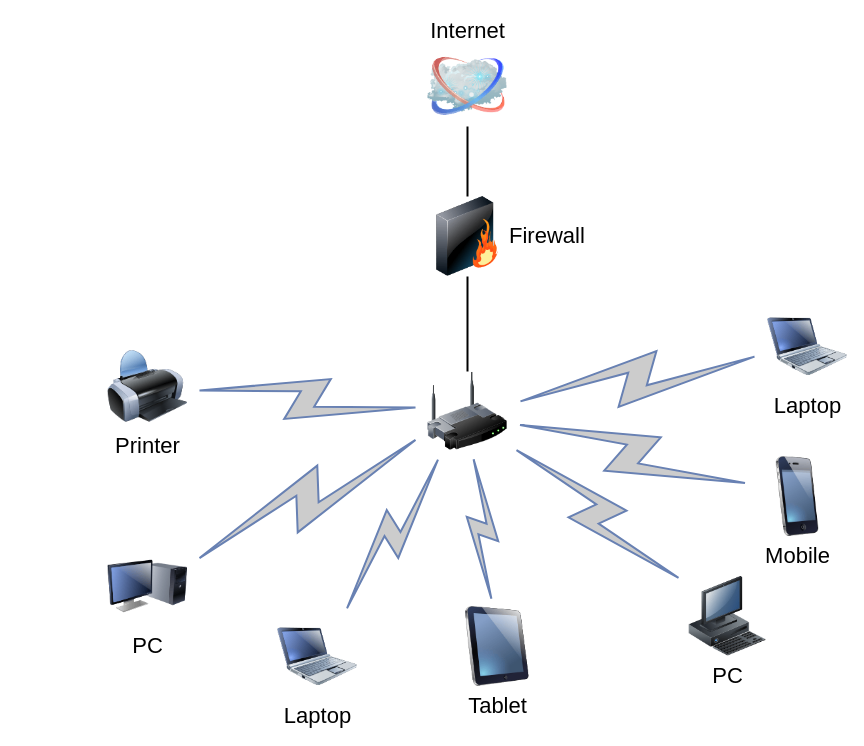
The draw.io diagram Untitled Diagram.drawio in tamir-cqu/diagrams, before the edit. Source tidied: cells renumbered, new cells numbered last; positions are measured from the earlier drawing's top-left corner, leaving out a move shared by most shapes. Both pictures are drawn from the tidied source at 100%, with x=0, y=0 at pixel (107, 46).
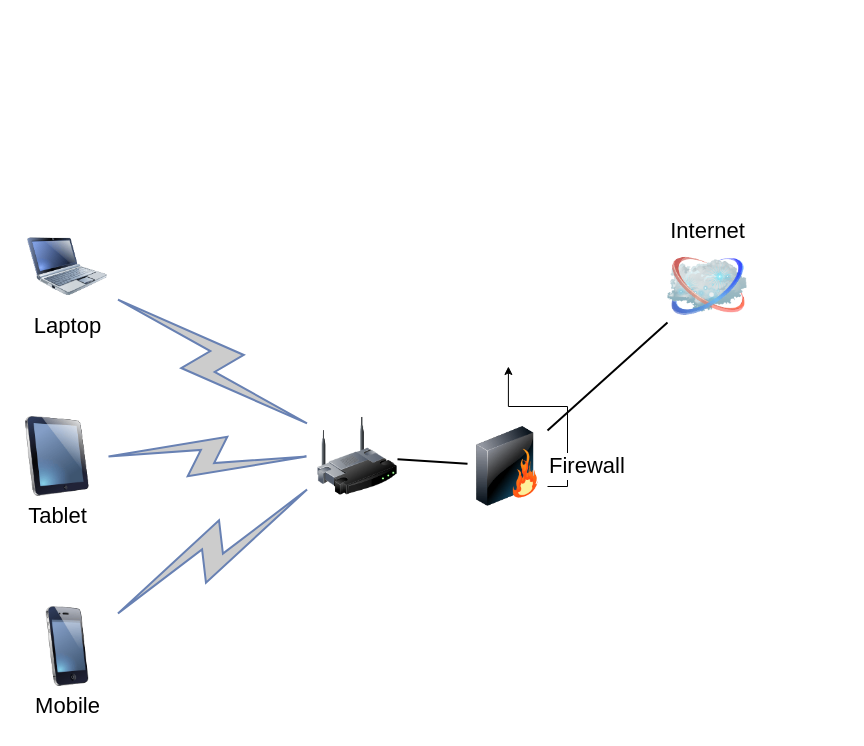
Above is the later version.

The edit, as a diff of the source:
```diff
@@
     <mxCell id="3" style="image;html=1;labelBackgroundColor=#ffffff;image=img/lib/clip_art/networking/Wireless_Router_128x128.png;rounded=1;shadow=0;comic=0;strokeWidth=2;fontSize=22;" parent="1" vertex="1">
-      <mxGeometry x="320" y="325" width="80" height="80" as="geometry" />
+      <mxGeometry x="210" y="370" width="80" height="80" as="geometry" />
     </mxCell>
     <mxCell id="4" value="Internet" style="image;html=1;labelBackgroundColor=#ffffff;image=img/lib/clip_art/networking/Cloud_128x128.png;rounded=1;shadow=0;comic=0;strokeWidth=2;fontSize=22;labelPosition=center;verticalLabelPosition=top;align=center;verticalAlign=bottom;" parent="1" vertex="1">
-      <mxGeometry x="320" width="80" height="80" as="geometry" />
+      <mxGeometry x="560" y="200" width="80" height="80" as="geometry" />
     </mxCell>
@@
+    <mxCell id="21" style="edgeStyle=orthogonalEdgeStyle;rounded=0;jettySize=auto;html=1;exitX=1;exitY=0.75;exitDx=0;exitDy=0;" parent="1" edge="1" source="6">
+      <mxGeometry relative="1" as="geometry">
+        <mxPoint x="400.9" y="320" as="targetPoint" />
+        <Array as="points">
+          <mxPoint x="460" y="440" />
+          <mxPoint x="460" y="360" />
+          <mxPoint x="401" y="360" />
+        </Array>
+      </mxGeometry>
+    </mxCell>
     <mxCell id="6" value="Firewall" style="image;html=1;labelBackgroundColor=#ffffff;image=img/lib/clip_art/networking/Firewall_128x128.png;rounded=1;shadow=0;comic=0;strokeWidth=2;fontSize=22;labelPosition=right;verticalLabelPosition=middle;align=left;verticalAlign=middle;" parent="1" vertex="1">
-      <mxGeometry x="320" y="150" width="80" height="80" as="geometry" />
+      <mxGeometry x="360" y="380" width="80" height="80" as="geometry" />
     </mxCell>
     <mxCell id="7" value="Tablet" style="image;html=1;labelBackgroundColor=#ffffff;image=img/lib/clip_art/computers/iPad_128x128.png;rounded=1;shadow=0;comic=0;strokeWidth=2;fontSize=22;" parent="1" vertex="1">
-      <mxGeometry x="350" y="560" width="80" height="80" as="geometry" />
+      <mxGeometry x="-90" y="370" width="80" height="80" as="geometry" />
     </mxCell>
-    <mxCell id="8" value="PC" style="image;html=1;labelBackgroundColor=#ffffff;image=img/lib/clip_art/computers/Monitor_Tower_128x128.png;rounded=1;shadow=0;comic=0;strokeWidth=2;fontSize=22;" parent="1" vertex="1">
-      <mxGeometry y="500" width="80" height="80" as="geometry" />
-    </mxCell>
-    <mxCell id="9" value="Printer" style="image;html=1;labelBackgroundColor=#ffffff;image=img/lib/clip_art/computers/Printer_128x128.png;rounded=1;shadow=0;comic=0;strokeWidth=2;fontSize=22;" parent="1" vertex="1">
-      <mxGeometry y="300" width="80" height="80" as="geometry" />
-    </mxCell>
-    <mxCell id="10" value="PC" style="image;html=1;labelBackgroundColor=#ffffff;image=img/lib/clip_art/computers/Workstation_128x128.png;rounded=1;shadow=0;comic=0;strokeWidth=2;fontSize=22;" parent="1" vertex="1">
-      <mxGeometry x="580" y="530" width="80" height="80" as="geometry" />
-    </mxCell>
     <mxCell id="11" value="Mobile" style="image;html=1;labelBackgroundColor=#ffffff;image=img/lib/clip_art/telecommunication/iPhone_128x128.png;rounded=1;shadow=0;comic=0;strokeWidth=2;fontSize=22;" parent="1" vertex="1">
-      <mxGeometry x="650" y="410" width="80" height="80" as="geometry" />
+      <mxGeometry x="-80" y="560" width="80" height="80" as="geometry" />
     </mxCell>
-    <mxCell id="12" value="Laptop" style="image;html=1;labelBackgroundColor=#ffffff;image=img/lib/clip_art/computers/Netbook_128x128.png;rounded=1;shadow=0;comic=0;strokeColor=#000000;strokeWidth=2;fillColor=#FFFFFF;fontSize=22;fontColor=#000000;" parent="1" vertex="1">
-      <mxGeometry x="660" y="260" width="80" height="80" as="geometry" />
-    </mxCell>
     <mxCell id="13" value="Laptop" style="image;html=1;labelBackgroundColor=#ffffff;image=img/lib/clip_art/computers/Netbook_128x128.png;rounded=1;shadow=0;comic=0;strokeWidth=2;fontSize=22;" parent="1" vertex="1">
-      <mxGeometry x="170" y="570" width="80" height="80" as="geometry" />
+      <mxGeometry x="-80" y="180" width="80" height="80" as="geometry" />
     </mxCell>
-    <mxCell id="14" style="html=1;fillColor=#CCCCCC;strokeColor=#6881B3;gradientColor=none;gradientDirection=north;strokeWidth=2;shape=mxgraph.networks.comm_link_edge;html=1;labelBackgroundColor=none;endArrow=none;fontFamily=Verdana;fontSize=22;fontColor=#000000;" parent="1" edge="1" source="9" target="3">
-      <mxGeometry relative="1" as="geometry" />
-    </mxCell>
-    <mxCell id="15" style="html=1;fillColor=#CCCCCC;strokeColor=#6881B3;gradientColor=none;gradientDirection=north;strokeWidth=2;shape=mxgraph.networks.comm_link_edge;html=1;labelBackgroundColor=none;endArrow=none;fontFamily=Verdana;fontSize=22;fontColor=#000000;fontStyle=1;" parent="1" edge="1" source="8" target="3">
-      <mxGeometry relative="1" as="geometry" />
-    </mxCell>
@@
-    <mxCell id="18" style="html=1;fillColor=#CCCCCC;strokeColor=#6881B3;gradientColor=none;gradientDirection=north;strokeWidth=2;shape=mxgraph.networks.comm_link_edge;html=1;labelBackgroundColor=none;endArrow=none;fontFamily=Verdana;fontSize=22;fontColor=#000000;" parent="1" edge="1" source="10" target="3">
-      <mxGeometry relative="1" as="geometry" />
-    </mxCell>
@@
-    <mxCell id="20" style="html=1;fillColor=#CCCCCC;strokeColor=#6881B3;gradientColor=none;gradientDirection=north;strokeWidth=2;shape=mxgraph.networks.comm_link_edge;html=1;labelBackgroundColor=none;endArrow=none;fontFamily=Verdana;fontSize=22;fontColor=#000000;" parent="1" edge="1" source="12" target="3">
-      <mxGeometry relative="1" as="geometry" />
-    </mxCell>
```
